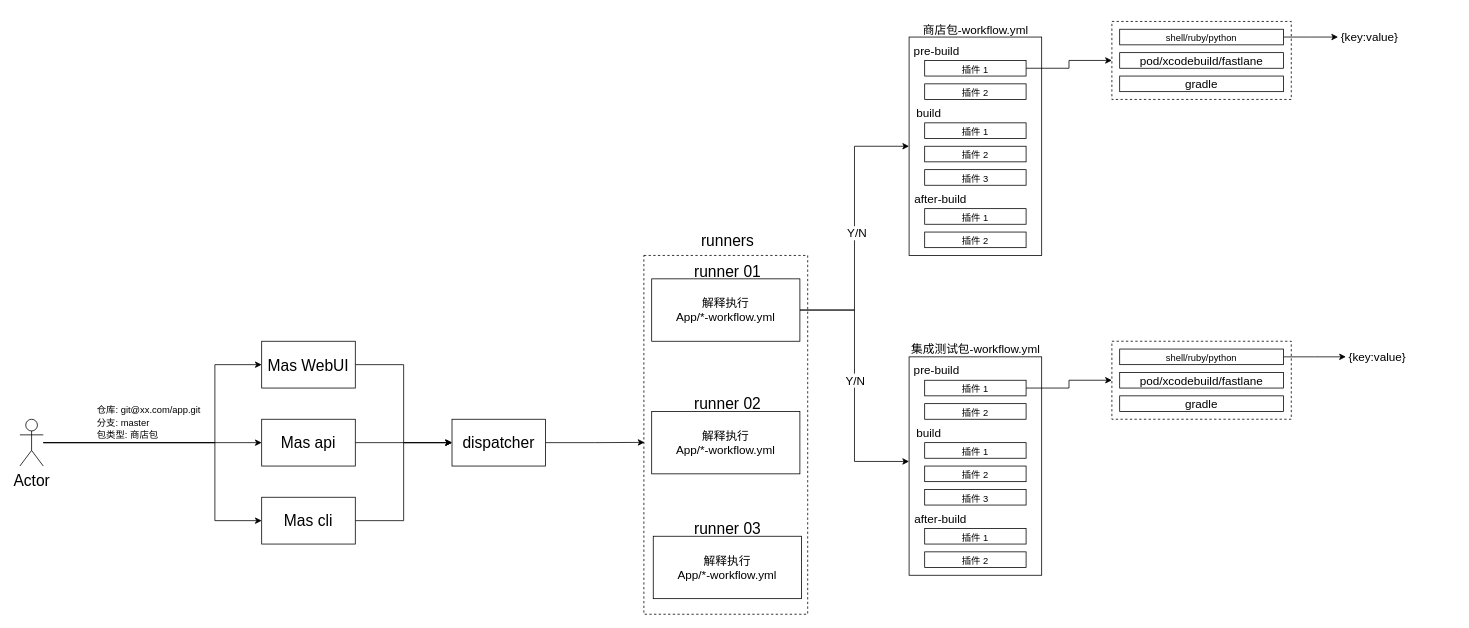
Before: page "Page-4" (4 of 4) of Untitled Diagram.drawio in chutaiyangxiayutian/mlanes, a draw.io diagram. Source tidied: cells renumbered, new cells numbered last; positions are measured from the earlier drawing's top-left corner, leaving out a move shared by most shapes. Both pictures are drawn from the tidied source at 78%, with x=0, y=0 at pixel (20, 21).
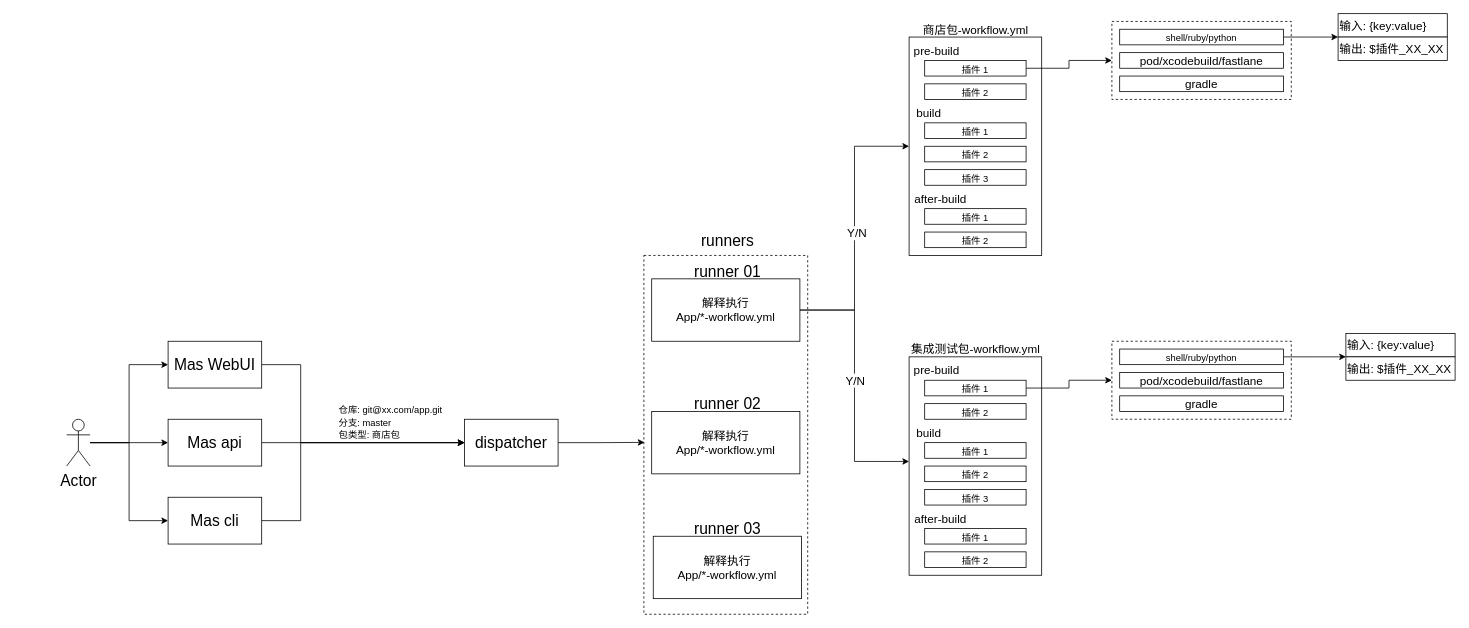
After the change.

Diff of the diagram source:
```diff
@@
-    <mxCell id="5" style="edgeStyle=orthogonalEdgeStyle;rounded=0;jettySize=auto;html=1;entryX=0;entryY=0.5;entryDx=0;entryDy=0;fontSize=20;" parent="1" edge="1" source="7" target="9">
-      <mxGeometry relative="1" as="geometry">
-        <Array as="points">
-          <mxPoint x="250" y="540" />
-          <mxPoint x="250" y="440" />
-        </Array>
-      </mxGeometry>
+    <mxCell id="5" style="edgeStyle=orthogonalEdgeStyle;rounded=0;jettySize=auto;html=1;entryX=0;entryY=0.5;entryDx=0;entryDy=0;fontSize=15;" parent="1" edge="1" source="7" target="9">
+      <mxGeometry relative="1" as="geometry" />
     </mxCell>
-    <mxCell id="6" style="edgeStyle=orthogonalEdgeStyle;rounded=0;jettySize=auto;html=1;entryX=0;entryY=0.5;entryDx=0;entryDy=0;fontSize=20;" parent="1" edge="1" source="7" target="11">
-      <mxGeometry relative="1" as="geometry">
-        <Array as="points">
-          <mxPoint x="250" y="540" />
-          <mxPoint x="250" y="640" />
-        </Array>
-      </mxGeometry>
+    <mxCell id="6" style="edgeStyle=orthogonalEdgeStyle;rounded=0;jettySize=auto;html=1;entryX=0;entryY=0.5;entryDx=0;entryDy=0;fontSize=15;" parent="1" edge="1" source="7" target="11">
+      <mxGeometry relative="1" as="geometry" />
     </mxCell>
     <mxCell id="7" value="Actor" style="shape=umlActor;verticalLabelPosition=bottom;verticalAlign=top;html=1;outlineConnect=0;fontSize=20;" parent="1" vertex="1">
-      <mxGeometry y="510" width="30" height="60" as="geometry" />
+      <mxGeometry x="60" y="510" width="30" height="60" as="geometry" />
     </mxCell>
     <mxCell id="8" style="edgeStyle=orthogonalEdgeStyle;rounded=0;jettySize=auto;html=1;entryX=0;entryY=0.5;entryDx=0;entryDy=0;fontSize=12;" parent="1" edge="1" source="9" target="16">
-      <mxGeometry relative="1" as="geometry" />
+      <mxGeometry relative="1" as="geometry">
+        <Array as="points">
+          <mxPoint x="360" y="440" />
+          <mxPoint x="360" y="540" />
+        </Array>
+      </mxGeometry>
     </mxCell>
     <mxCell id="9" value="Mas WebUI" style="rounded=0;whiteSpace=wrap;html=1;fontSize=20;" parent="1" vertex="1">
-      <mxGeometry x="310" y="410" width="120" height="60" as="geometry" />
+      <mxGeometry x="190" y="410" width="120" height="60" as="geometry" />
     </mxCell>
     <mxCell id="10" style="edgeStyle=orthogonalEdgeStyle;rounded=0;jettySize=auto;html=1;entryX=0;entryY=0.5;entryDx=0;entryDy=0;fontSize=12;" parent="1" edge="1" source="11" target="16">
-      <mxGeometry relative="1" as="geometry" />
+      <mxGeometry relative="1" as="geometry">
+        <Array as="points">
+          <mxPoint x="360" y="640" />
+          <mxPoint x="360" y="540" />
+        </Array>
+      </mxGeometry>
     </mxCell>
     <mxCell id="11" value="Mas cli" style="rounded=0;whiteSpace=wrap;html=1;fontSize=20;" parent="1" vertex="1">
-      <mxGeometry x="310" y="610" width="120" height="60" as="geometry" />
+      <mxGeometry x="190" y="610" width="120" height="60" as="geometry" />
     </mxCell>
@@
     <mxCell id="13" value="Mas api" style="rounded=0;whiteSpace=wrap;html=1;fontSize=20;" parent="1" vertex="1">
-      <mxGeometry x="310" y="510" width="120" height="60" as="geometry" />
+      <mxGeometry x="190" y="510" width="120" height="60" as="geometry" />
     </mxCell>
     <mxCell id="14" value="&lt;div style=&quot;text-align: left&quot;&gt;&lt;span style=&quot;font-size: 12px&quot;&gt;仓库: git&lt;/span&gt;&lt;font style=&quot;font-size: 12px&quot;&gt;@xx.com/app.git&lt;/font&gt;&lt;/div&gt;&lt;font style=&quot;font-size: 12px&quot;&gt;&lt;div style=&quot;text-align: left&quot;&gt;&lt;span&gt;分支: master&lt;/span&gt;&lt;/div&gt;&lt;div style=&quot;text-align: left&quot;&gt;&lt;span&gt;包类型: 商店包&lt;/span&gt;&lt;/div&gt;&lt;/font&gt;" style="text;html=1;align=center;verticalAlign=middle;strokeColor=none;fillColor=none;fontSize=20;" parent="1" vertex="1">
-      <mxGeometry x="90" y="470" width="150" height="80" as="geometry" />
+      <mxGeometry x="400" y="470" width="150" height="80" as="geometry" />
     </mxCell>
@@
     <mxCell id="16" value="dispatcher" style="rounded=0;whiteSpace=wrap;html=1;fontSize=20;" parent="1" vertex="1">
-      <mxGeometry x="554" y="510" width="120" height="60" as="geometry" />
+      <mxGeometry x="570" y="510" width="120" height="60" as="geometry" />
     </mxCell>
@@
-    <mxCell id="61" value="{key:value}" style="text;html=1;align=center;verticalAlign=middle;strokeColor=none;fillColor=none;fontSize=15;" parent="1" vertex="1">
-      <mxGeometry x="1685" y="10" width="90" height="20" as="geometry" />
-    </mxCell>
-    <mxCell id="62" value="{key:value}" style="text;html=1;align=center;verticalAlign=middle;strokeColor=none;fillColor=none;fontSize=15;" parent="1" vertex="1">
-      <mxGeometry x="1695" y="420" width="90" height="20" as="geometry" />
-    </mxCell>
@@
+    <mxCell id="65" value="输入: {key:value}" style="rounded=0;whiteSpace=wrap;html=1;fontSize=15;align=left;" parent="1" vertex="1">
+      <mxGeometry x="1690" y="-10" width="140" height="30" as="geometry" />
+    </mxCell>
+    <mxCell id="66" value="输出: $插件_XX_XX" style="rounded=0;whiteSpace=wrap;html=1;fontSize=15;align=left;" parent="1" vertex="1">
+      <mxGeometry x="1690" y="20" width="140" height="30" as="geometry" />
+    </mxCell>
+    <mxCell id="67" value="输入: {key:value}" style="rounded=0;whiteSpace=wrap;html=1;fontSize=15;align=left;" parent="1" vertex="1">
+      <mxGeometry x="1700" y="400" width="140" height="30" as="geometry" />
+    </mxCell>
+    <mxCell id="68" value="输出: $插件_XX_XX" style="rounded=0;whiteSpace=wrap;html=1;fontSize=15;align=left;" parent="1" vertex="1">
+      <mxGeometry x="1700" y="430" width="140" height="30" as="geometry" />
+    </mxCell>
```
